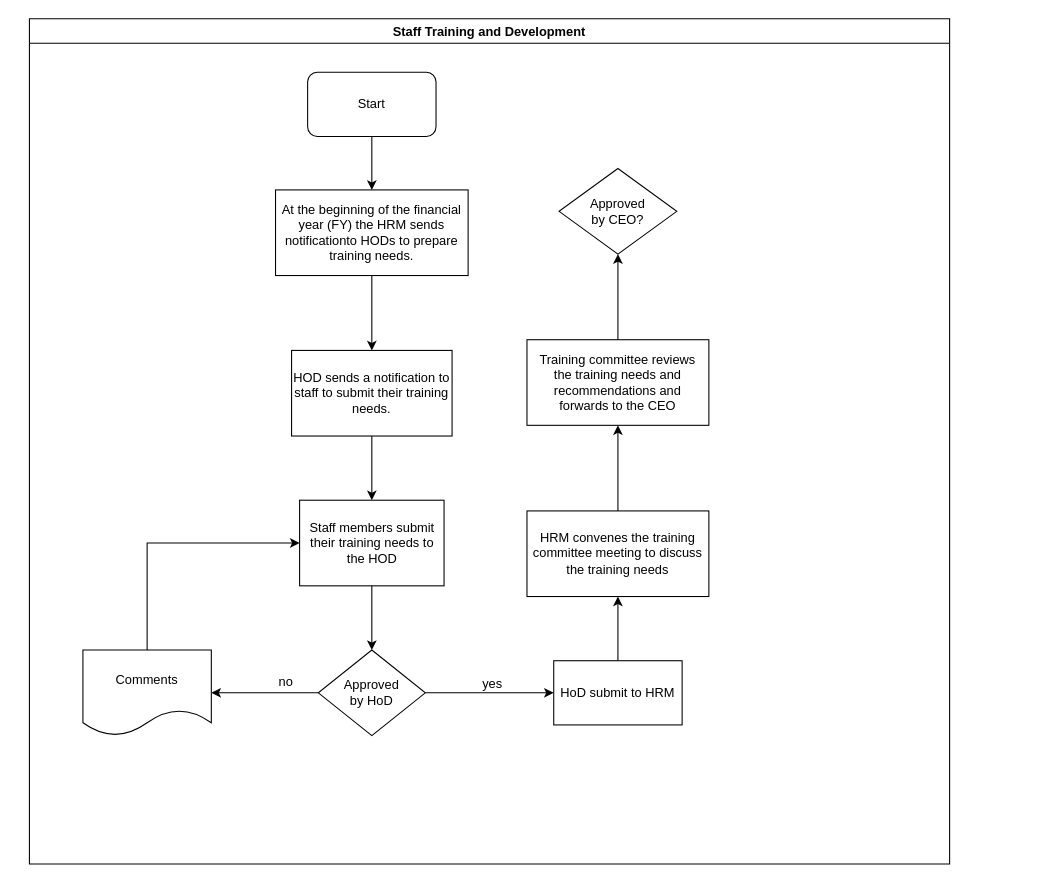
Above: TPF-HR- Staff Training and Development.drawio in kmagua/flowcharts (draw.io), before the change. Source tidied: cells renumbered, new cells numbered last; positions are measured from the earlier drawing's top-left corner, leaving out a move shared by most shapes. Both pictures are drawn from the tidied source at 107%, with x=0, y=0 at pixel (29, 18).
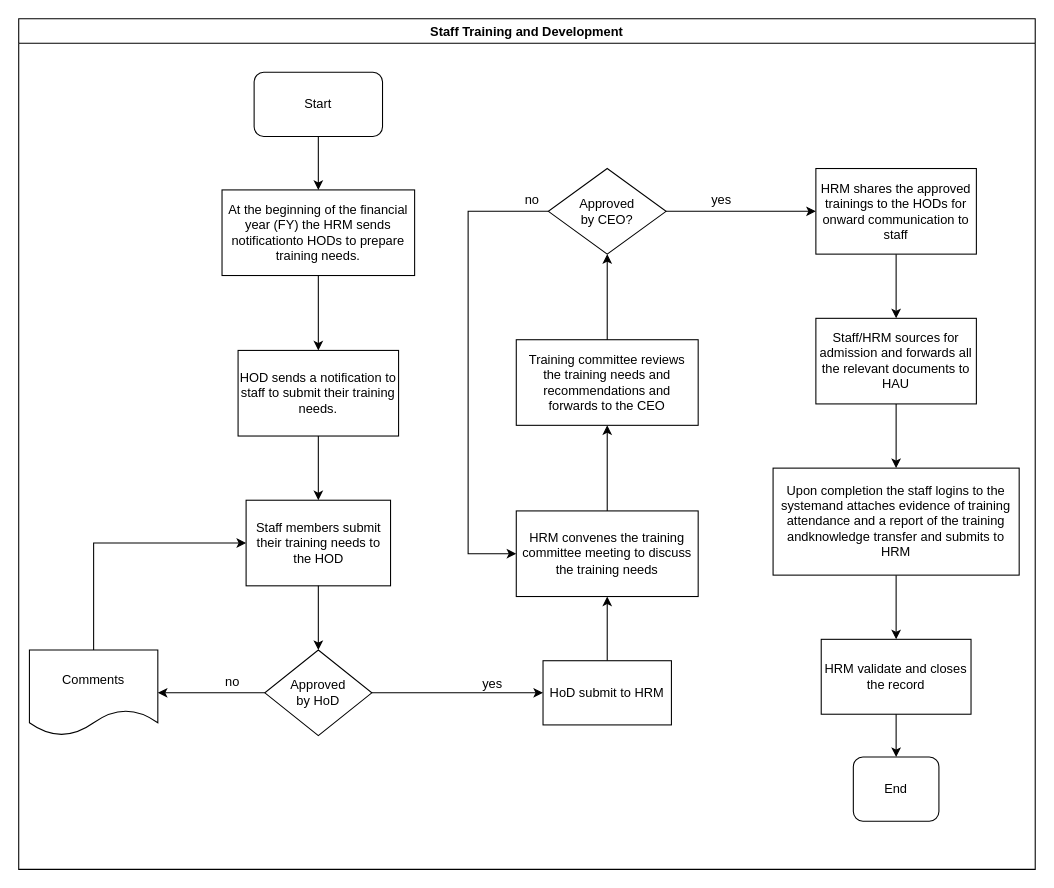
The same page after the edit.

The change refers to these unchanged cells:
```xml
<mxCell id="20" value="&lt;table&gt;&lt;tbody&gt;&lt;tr&gt;&lt;td&gt;&lt;p&gt;&lt;span lang=&quot;EN-GB&quot;&gt;HRM convenes the training committee meeting to discuss  the training needs&lt;/span&gt;&lt;/p&gt;&lt;/td&gt;&lt;/tr&gt;&lt;/tbody&gt;&lt;/table&gt;" style="whiteSpace=wrap;html=1;" parent="2" vertex="1">
  <mxGeometry x="465" y="460" width="170" height="80" as="geometry" />
</mxCell>
<mxCell id="22" value="&lt;div&gt;Approved&lt;/div&gt;&lt;div&gt; by CEO?&lt;/div&gt;" style="rhombus;whiteSpace=wrap;html=1;" parent="2" vertex="1">
  <mxGeometry x="495" y="140" width="110" height="80" as="geometry" />
</mxCell>
```

Diff of the diagram source:
```diff
@@
     <mxCell id="2" value="Staff Training and Development " style="swimlane;" parent="1" vertex="1">
-      <mxGeometry width="860" height="790" as="geometry" />
+      <mxGeometry x="-10" width="950" height="795" as="geometry" />
     </mxCell>
     <mxCell id="3" value="Start" style="rounded=1;whiteSpace=wrap;html=1;" parent="2" vertex="1">
-      <mxGeometry x="260" y="50" width="120" height="60" as="geometry" />
+      <mxGeometry x="220" y="50" width="120" height="60" as="geometry" />
     </mxCell>
@@
     <mxCell id="5" value="&lt;span lang=&quot;EN-GB&quot;&gt;At the beginning of the financial year (FY) the HRM sends notificationto HODs to &lt;span&gt;prepare&lt;/span&gt; training needs.&lt;/span&gt;" style="rounded=0;whiteSpace=wrap;html=1;" parent="2" vertex="1">
-      <mxGeometry x="230" y="160" width="180" height="80" as="geometry" />
+      <mxGeometry x="190" y="160" width="180" height="80" as="geometry" />
     </mxCell>
@@
     <mxCell id="8" value="&lt;span lang=&quot;EN-GB&quot;&gt;HOD sends a notification to staff to submit their training needs.&lt;/span&gt;" style="rounded=0;whiteSpace=wrap;html=1;" parent="2" vertex="1">
-      <mxGeometry x="245" y="310" width="150" height="80" as="geometry" />
+      <mxGeometry x="205" y="310" width="150" height="80" as="geometry" />
     </mxCell>
     <mxCell id="9" value="&lt;span lang=&quot;EN-GB&quot;&gt;Staff members submit their training needs to the HOD&lt;/span&gt;" style="rounded=0;whiteSpace=wrap;html=1;" parent="2" vertex="1">
-      <mxGeometry x="252.5" y="450" width="135" height="80" as="geometry" />
+      <mxGeometry x="212.5" y="450" width="135" height="80" as="geometry" />
     </mxCell>
@@
     <mxCell id="12" value="&lt;div&gt;Approved&lt;/div&gt;&lt;div&gt; by HoD&lt;/div&gt;" style="rhombus;whiteSpace=wrap;html=1;" parent="2" vertex="1">
-      <mxGeometry x="270" y="590" width="100" height="80" as="geometry" />
+      <mxGeometry x="230" y="590" width="100" height="80" as="geometry" />
     </mxCell>
@@
     <mxCell id="15" value="Comments" style="shape=document;whiteSpace=wrap;html=1;boundedLbl=1;" parent="2" vertex="1">
-      <mxGeometry x="50" y="590" width="120" height="80" as="geometry" />
+      <mxGeometry x="10" y="590" width="120" height="80" as="geometry" />
     </mxCell>
     <mxCell id="16" value="no" style="text;html=1;strokeColor=none;fillColor=none;align=center;verticalAlign=middle;whiteSpace=wrap;rounded=0;" parent="2" vertex="1">
-      <mxGeometry x="220" y="610" width="40" height="20" as="geometry" />
+      <mxGeometry x="180" y="610" width="40" height="20" as="geometry" />
     </mxCell>
@@
+    <mxCell id="25" style="edgeStyle=orthogonalEdgeStyle;rounded=0;jettySize=auto;html=1;exitX=1;exitY=0.5;exitDx=0;exitDy=0;" parent="2" edge="1" source="22" target="28">
+      <mxGeometry relative="1" as="geometry" />
+    </mxCell>
+    <mxCell id="26" style="edgeStyle=orthogonalEdgeStyle;rounded=0;jettySize=auto;html=1;entryX=0;entryY=0.5;entryDx=0;entryDy=0;" parent="2" edge="1" source="22" target="20">
+      <mxGeometry relative="1" as="geometry">
+        <Array as="points">
+          <mxPoint x="420" y="180" />
+          <mxPoint x="420" y="500" />
+        </Array>
+      </mxGeometry>
+    </mxCell>
@@
+    <mxCell id="27" style="edgeStyle=orthogonalEdgeStyle;rounded=0;jettySize=auto;html=1;" parent="2" edge="1" source="28" target="30">
+      <mxGeometry relative="1" as="geometry" />
+    </mxCell>
+    <mxCell id="28" value="&lt;span lang=&quot;EN-GB&quot;&gt;HRM shares the approved trainings to the HODs for onward communication to staff&lt;/span&gt;" style="whiteSpace=wrap;html=1;" parent="2" vertex="1">
+      <mxGeometry x="745" y="140" width="150" height="80" as="geometry" />
+    </mxCell>
+    <mxCell id="29" style="edgeStyle=orthogonalEdgeStyle;rounded=0;jettySize=auto;html=1;" parent="2" edge="1" source="30" target="32">
+      <mxGeometry relative="1" as="geometry" />
+    </mxCell>
+    <mxCell id="30" value="&lt;span lang=&quot;EN-GB&quot;&gt;Staff/HRM sources for admission and forwards all the relevant documents to HAU&lt;/span&gt;" style="whiteSpace=wrap;html=1;" parent="2" vertex="1">
+      <mxGeometry x="745" y="280" width="150" height="80" as="geometry" />
+    </mxCell>
+    <mxCell id="31" style="edgeStyle=orthogonalEdgeStyle;rounded=0;jettySize=auto;html=1;" parent="2" edge="1" source="32" target="34">
+      <mxGeometry relative="1" as="geometry" />
+    </mxCell>
+    <mxCell id="32" value="&lt;span lang=&quot;EN-GB&quot;&gt;Upon completion the staff logins to the systemand attaches evidence of training attendance and a report of the training andknowledge transfer and submits to HRM&lt;/span&gt;" style="whiteSpace=wrap;html=1;" parent="2" vertex="1">
+      <mxGeometry x="705" y="420" width="230" height="100" as="geometry" />
+    </mxCell>
+    <mxCell id="33" value="yes" style="text;html=1;strokeColor=none;fillColor=none;align=center;verticalAlign=middle;whiteSpace=wrap;rounded=0;" parent="2" vertex="1">
+      <mxGeometry x="637" y="160" width="40" height="20" as="geometry" />
+    </mxCell>
+    <mxCell id="34" value="&lt;span lang=&quot;EN-GB&quot;&gt;HRM validate and closes the record&lt;/span&gt;" style="whiteSpace=wrap;html=1;" parent="2" vertex="1">
+      <mxGeometry x="750" y="580" width="140" height="70" as="geometry" />
+    </mxCell>
+    <mxCell id="35" value="End" style="rounded=1;whiteSpace=wrap;html=1;" parent="2" vertex="1">
+      <mxGeometry x="780" y="690" width="80" height="60" as="geometry" />
+    </mxCell>
+    <mxCell id="36" style="edgeStyle=orthogonalEdgeStyle;rounded=0;jettySize=auto;html=1;" parent="2" edge="1" source="34" target="35">
+      <mxGeometry relative="1" as="geometry" />
+    </mxCell>
@@
+    <mxCell id="37" value="no" style="text;html=1;strokeColor=none;fillColor=none;align=center;verticalAlign=middle;whiteSpace=wrap;rounded=0;" parent="1" vertex="1">
+      <mxGeometry x="450" y="160" width="40" height="20" as="geometry" />
+    </mxCell>
```
